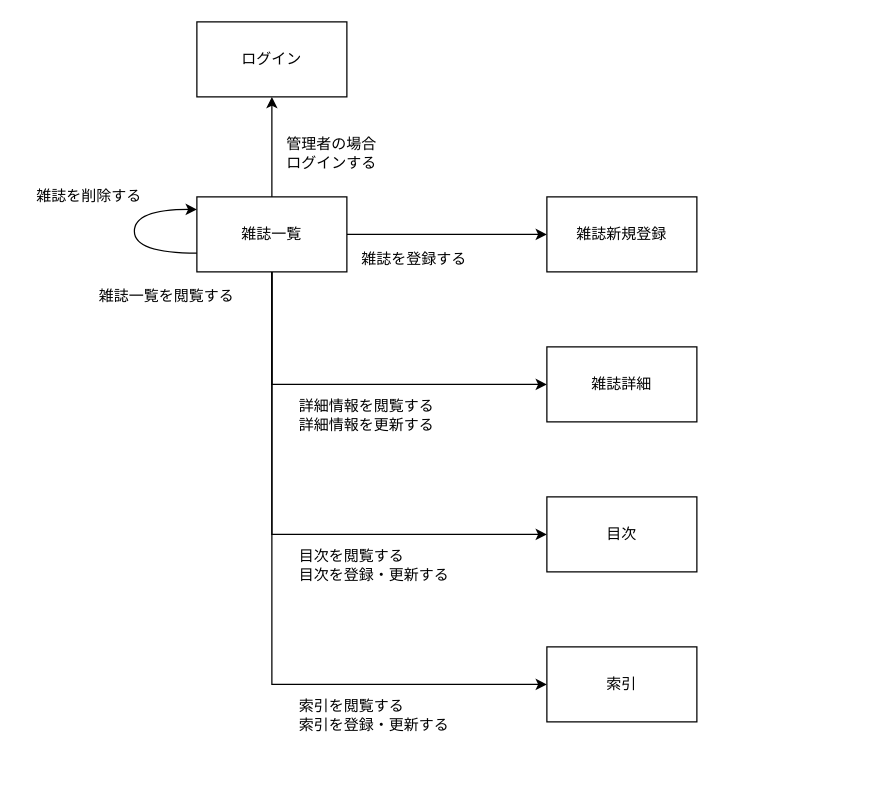
Above: doc/screen-transition.drawio in tenohira-xyz/MagazineManager (draw.io), before the change. Source tidied: cells renumbered, new cells numbered last; positions are measured from the earlier drawing's top-left corner, leaving out a move shared by most shapes. Both pictures are drawn from the tidied source at 125%, with x=0, y=0 at pixel (34, 21).
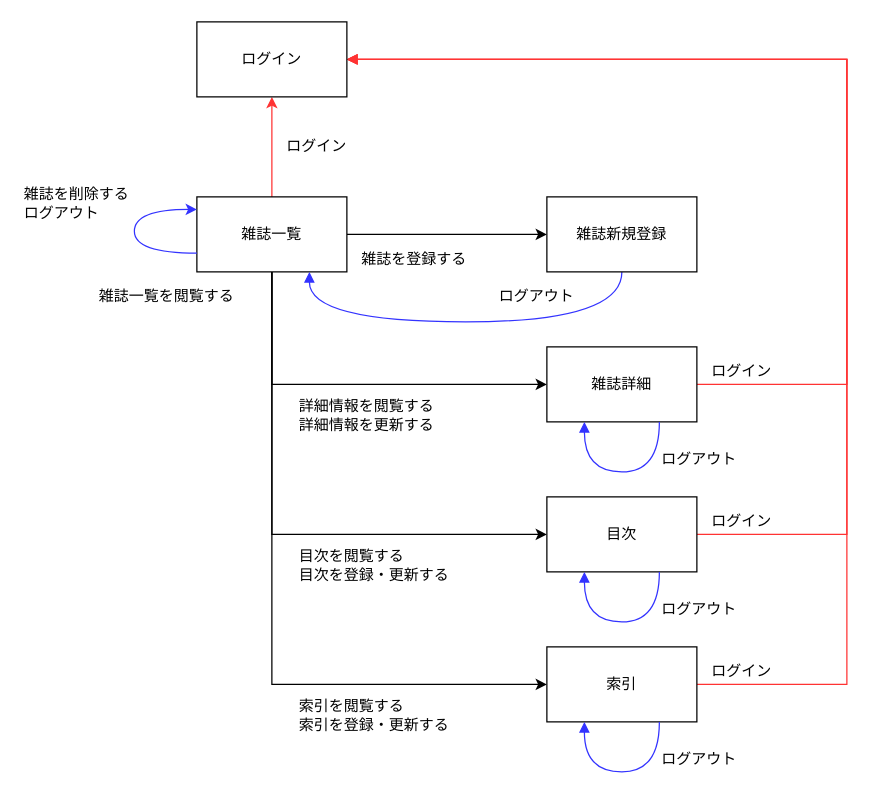
The same page after the edit.

Commit message (it also covers changes not shown here):
画面の入出力定義と画面遷移図を更新

Unchanged cells that the change refers to:
```xml
<mxCell id="7" value="雑誌一覧" style="rounded=0;whiteSpace=wrap;html=1;" parent="1" vertex="1">
  <mxGeometry x="130" y="140" width="120" height="60" as="geometry" />
</mxCell>
<mxCell id="8" value="雑誌新規登録" style="rounded=0;whiteSpace=wrap;html=1;" parent="1" vertex="1">
  <mxGeometry x="410" y="140" width="120" height="60" as="geometry" />
</mxCell>
<mxCell id="9" value="雑誌詳細" style="rounded=0;whiteSpace=wrap;html=1;" parent="1" vertex="1">
  <mxGeometry x="410" y="260" width="120" height="60" as="geometry" />
</mxCell>
<mxCell id="10" value="目次" style="rounded=0;whiteSpace=wrap;html=1;" parent="1" vertex="1">
  <mxGeometry x="410" y="380" width="120" height="60" as="geometry" />
</mxCell>
<mxCell id="11" value="索引" style="rounded=0;whiteSpace=wrap;html=1;" parent="1" vertex="1">
  <mxGeometry x="410" y="500" width="120" height="60" as="geometry" />
</mxCell>
<mxCell id="12" value="ログイン" style="rounded=0;whiteSpace=wrap;html=1;" parent="1" vertex="1">
  <mxGeometry x="130" width="120" height="60" as="geometry" />
</mxCell>
```

What changed in the source:
```diff
@@
-    <mxCell id="2" style="edgeStyle=orthogonalEdgeStyle;rounded=0;jettySize=auto;html=1;entryX=0.5;entryY=1;entryDx=0;entryDy=0;" parent="1" edge="1" source="7" target="12">
+    <mxCell id="2" style="edgeStyle=orthogonalEdgeStyle;rounded=0;jettySize=auto;html=1;entryX=0.5;entryY=1;entryDx=0;entryDy=0;strokeColor=#FF3333;" parent="1" edge="1" source="7" target="12">
       <mxGeometry relative="1" as="geometry" />
     </mxCell>
@@
+    <mxCell id="21" style="edgeStyle=orthogonalEdgeStyle;curved=1;rounded=0;jettySize=auto;html=1;entryX=0.75;entryY=1;entryDx=0;entryDy=0;endArrow=block;endFill=1;strokeColor=#3333FF;" parent="1" edge="1" source="8" target="7">
+      <mxGeometry relative="1" as="geometry">
+        <Array as="points">
+          <mxPoint x="470" y="240" />
+          <mxPoint x="220" y="240" />
+        </Array>
+      </mxGeometry>
+    </mxCell>
@@
+    <mxCell id="22" style="edgeStyle=orthogonalEdgeStyle;rounded=0;jettySize=auto;html=1;entryX=1;entryY=0.5;entryDx=0;entryDy=0;endArrow=block;endFill=1;strokeColor=#FF3333;" parent="1" edge="1" source="9" target="12">
+      <mxGeometry relative="1" as="geometry">
+        <Array as="points">
+          <mxPoint x="650" y="290" />
+          <mxPoint x="650" y="30" />
+        </Array>
+      </mxGeometry>
+    </mxCell>
@@
+    <mxCell id="23" style="edgeStyle=orthogonalEdgeStyle;rounded=0;jettySize=auto;html=1;entryX=1;entryY=0.5;entryDx=0;entryDy=0;endArrow=block;endFill=1;strokeColor=#FF3333;" parent="1" edge="1" source="10" target="12">
+      <mxGeometry relative="1" as="geometry">
+        <Array as="points">
+          <mxPoint x="650" y="410" />
+          <mxPoint x="650" y="30" />
+        </Array>
+      </mxGeometry>
+    </mxCell>
@@
+    <mxCell id="24" style="edgeStyle=orthogonalEdgeStyle;rounded=0;jettySize=auto;html=1;endArrow=block;endFill=1;strokeColor=#FF3333;" parent="1" edge="1" source="11">
+      <mxGeometry relative="1" as="geometry">
+        <mxPoint x="250" y="30" as="targetPoint" />
+        <Array as="points">
+          <mxPoint x="650" y="530" />
+          <mxPoint x="650" y="30" />
+        </Array>
+      </mxGeometry>
+    </mxCell>
@@
-    <mxCell id="13" value="管理者の場合&lt;br&gt;ログインする" style="text;html=1;strokeColor=none;fillColor=none;align=left;verticalAlign=middle;whiteSpace=wrap;rounded=0;" parent="1" vertex="1">
-      <mxGeometry x="200" y="90" width="100" height="30" as="geometry" />
+    <mxCell id="13" value="ログイン" style="text;html=1;strokeColor=none;fillColor=none;align=left;verticalAlign=middle;whiteSpace=wrap;rounded=0;" parent="1" vertex="1">
+      <mxGeometry x="200" y="90" width="100" height="20" as="geometry" />
     </mxCell>
@@
-    <mxCell id="18" style="curved=1;endArrow=classic;html=1;exitX=0;exitY=0.75;exitDx=0;exitDy=0;" parent="1" edge="1" source="7">
+    <mxCell id="18" style="curved=1;endArrow=classic;html=1;exitX=0;exitY=0.75;exitDx=0;exitDy=0;strokeColor=#3333FF;" parent="1" edge="1" source="7">
       <mxGeometry relative="1" as="geometry">
         <mxPoint x="130" y="150" as="targetPoint" />
         <Array as="points">
           <mxPoint x="80" y="185" />
           <mxPoint x="80" y="150" />
         </Array>
       </mxGeometry>
     </mxCell>
-    <mxCell id="19" value="雑誌を削除する" style="text;html=1;strokeColor=none;fillColor=none;align=left;verticalAlign=middle;whiteSpace=wrap;rounded=0;" parent="1" vertex="1">
-      <mxGeometry y="130" width="100" height="20" as="geometry" />
+    <mxCell id="19" value="雑誌を削除する&lt;br&gt;ログアウト" style="text;html=1;strokeColor=none;fillColor=none;align=left;verticalAlign=middle;whiteSpace=wrap;rounded=0;" parent="1" vertex="1">
+      <mxGeometry x="-10" y="130" width="100" height="30" as="geometry" />
     </mxCell>
@@
+    <mxCell id="25" style="edgeStyle=orthogonalEdgeStyle;rounded=0;jettySize=auto;html=1;exitX=0.75;exitY=1;exitDx=0;exitDy=0;endArrow=block;endFill=1;curved=1;strokeColor=#3333FF;" parent="1" edge="1" source="9">
+      <mxGeometry relative="1" as="geometry">
+        <mxPoint x="440" y="320" as="targetPoint" />
+        <Array as="points">
+          <mxPoint x="500" y="360" />
+          <mxPoint x="440" y="360" />
+        </Array>
+      </mxGeometry>
+    </mxCell>
+    <mxCell id="26" style="edgeStyle=orthogonalEdgeStyle;curved=1;rounded=0;orthogonalLoop=1;jettySize=auto;html=1;exitX=0.75;exitY=1;exitDx=0;exitDy=0;entryX=0.25;entryY=1;entryDx=0;entryDy=0;endArrow=block;endFill=1;strokeColor=#3333FF;" parent="1" edge="1" source="10" target="10">
+      <mxGeometry relative="1" as="geometry">
+        <Array as="points">
+          <mxPoint x="500" y="480" />
+          <mxPoint x="440" y="480" />
+        </Array>
+      </mxGeometry>
+    </mxCell>
+    <mxCell id="27" style="edgeStyle=orthogonalEdgeStyle;curved=1;rounded=0;orthogonalLoop=1;jettySize=auto;html=1;exitX=0.75;exitY=1;exitDx=0;exitDy=0;entryX=0.25;entryY=1;entryDx=0;entryDy=0;endArrow=block;endFill=1;strokeColor=#3333FF;" parent="1" edge="1" source="11" target="11">
+      <mxGeometry relative="1" as="geometry">
+        <Array as="points">
+          <mxPoint x="500" y="600" />
+          <mxPoint x="440" y="600" />
+        </Array>
+      </mxGeometry>
+    </mxCell>
+    <mxCell id="28" value="ログイン" style="text;html=1;strokeColor=none;fillColor=none;align=left;verticalAlign=middle;whiteSpace=wrap;rounded=0;" parent="1" vertex="1">
+      <mxGeometry x="540" y="270" width="80" height="20" as="geometry" />
+    </mxCell>
+    <mxCell id="29" value="ログイン" style="text;html=1;strokeColor=none;fillColor=none;align=left;verticalAlign=middle;whiteSpace=wrap;rounded=0;" parent="1" vertex="1">
+      <mxGeometry x="540" y="390" width="80" height="20" as="geometry" />
+    </mxCell>
+    <mxCell id="30" value="ログイン" style="text;html=1;strokeColor=none;fillColor=none;align=left;verticalAlign=middle;whiteSpace=wrap;rounded=0;" parent="1" vertex="1">
+      <mxGeometry x="540" y="510" width="80" height="20" as="geometry" />
+    </mxCell>
+    <mxCell id="31" value="ログアウト" style="text;html=1;strokeColor=none;fillColor=none;align=left;verticalAlign=middle;whiteSpace=wrap;rounded=0;" parent="1" vertex="1">
+      <mxGeometry x="370" y="210" width="80" height="20" as="geometry" />
+    </mxCell>
+    <mxCell id="32" value="ログアウト" style="text;html=1;strokeColor=none;fillColor=none;align=left;verticalAlign=middle;whiteSpace=wrap;rounded=0;" parent="1" vertex="1">
+      <mxGeometry x="500" y="340" width="80" height="20" as="geometry" />
+    </mxCell>
+    <mxCell id="33" value="ログアウト" style="text;html=1;strokeColor=none;fillColor=none;align=left;verticalAlign=middle;whiteSpace=wrap;rounded=0;" parent="1" vertex="1">
+      <mxGeometry x="500" y="460" width="80" height="20" as="geometry" />
+    </mxCell>
+    <mxCell id="34" value="ログアウト" style="text;html=1;strokeColor=none;fillColor=none;align=left;verticalAlign=middle;whiteSpace=wrap;rounded=0;" parent="1" vertex="1">
+      <mxGeometry x="500" y="580" width="80" height="20" as="geometry" />
+    </mxCell>
```
